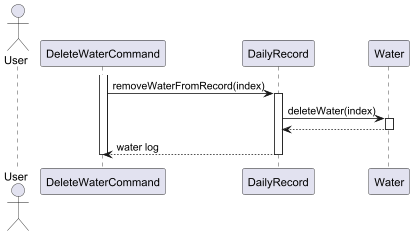
Before: docs/images/deleteWaterSequenceDiagram.png, a diagram exported from PlantUML (nus-cs2113-AY2425S1/tp). The source it was exported from:
```plantuml
@startuml
actor User
participant "DeleteWaterCommand" as DeleteCmd
participant "DailyRecord" as DailyRec

activate DeleteCmd
DeleteCmd -> DailyRec: removeWaterFromRecord(index)
activate DailyRec

DailyRec -> Water: deleteWater(index)
activate Water
Water --> DailyRec
deactivate Water

DailyRec --> DeleteCmd: water log
deactivate DailyRec

deactivate DeleteCmd
@enduml
```
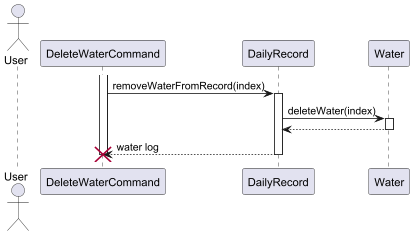
The same diagram one commit later.

What changed in the source:
```diff
@@ -16,4 +16,5 @@
 deactivate DailyRec
 
 deactivate DeleteCmd
+destroy DeleteCmd
 @enduml
```
